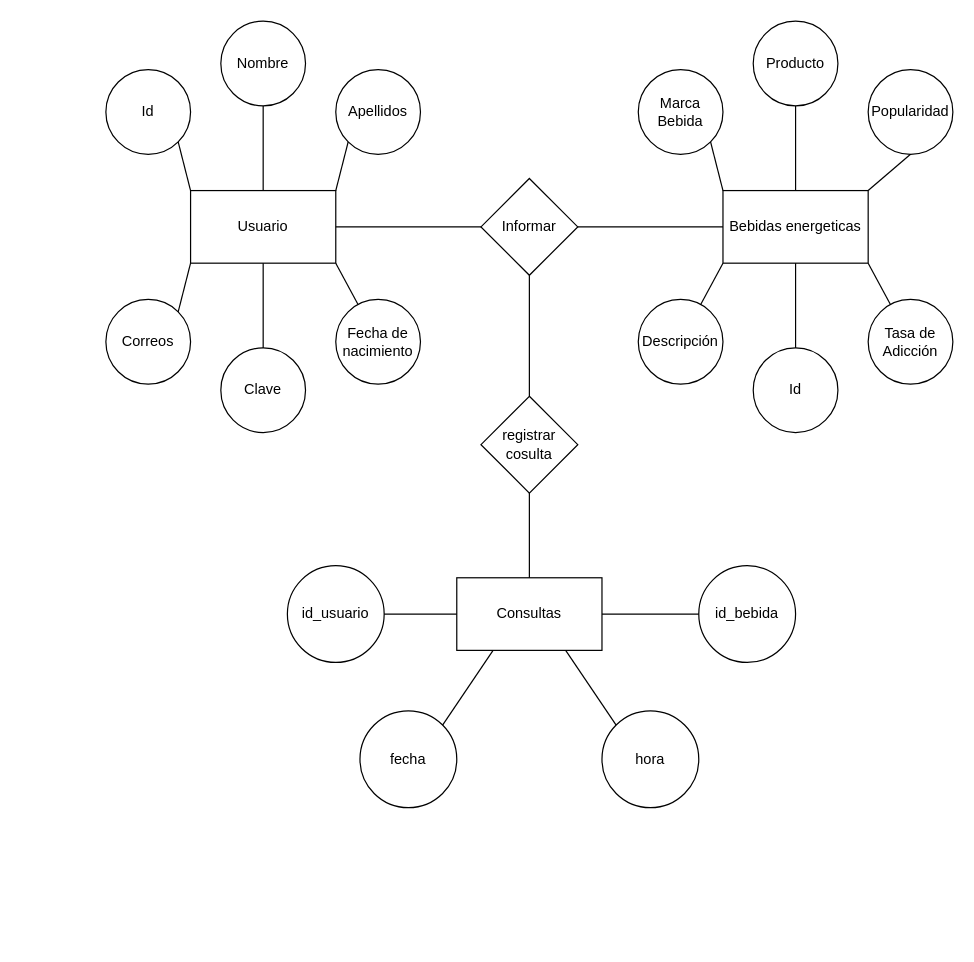
The draw.io diagram DiagramaDeUsuarioPD.drawio in JohnFlorez25/equipo1_jayg_ppi2020, before the edit. Source tidied: cells renumbered, new cells numbered last; positions are measured from the earlier drawing's top-left corner, leaving out a move shared by most shapes. Both pictures are drawn from the tidied source at 121%, with x=0, y=0 at pixel (105, 21).
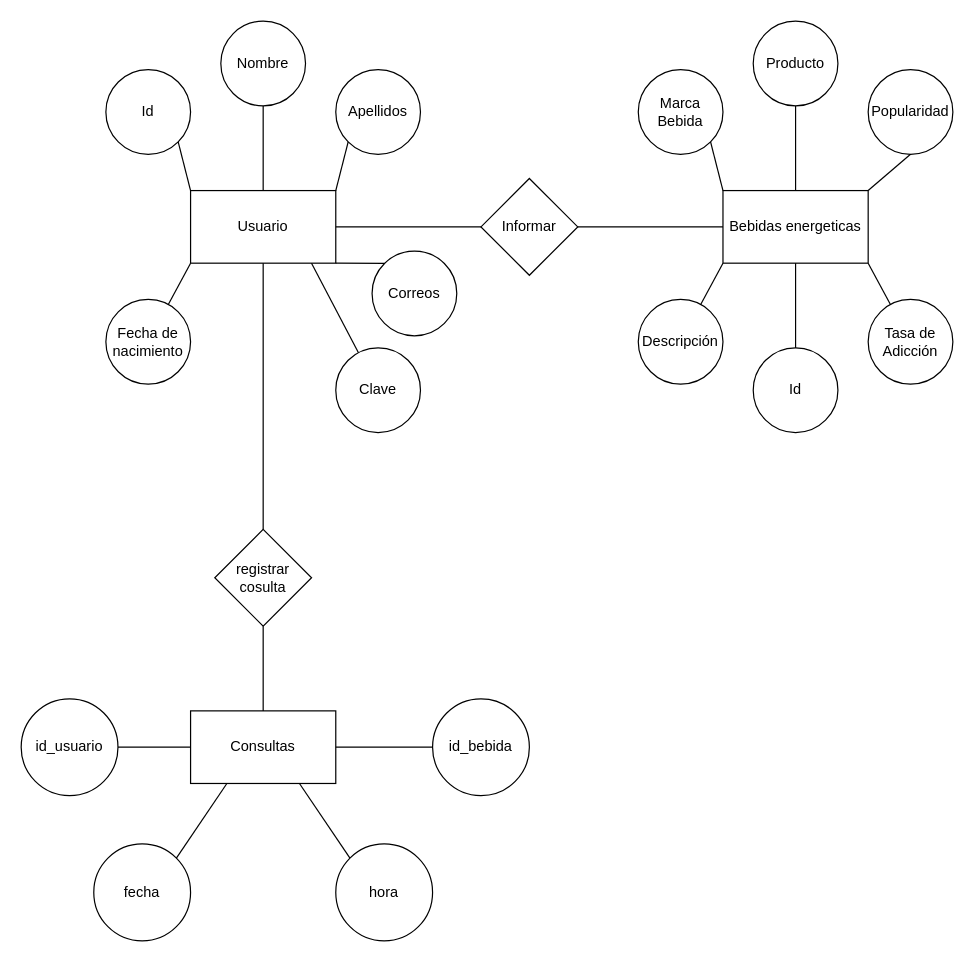
After the change.

Unchanged cells that the change refers to:
```xml
<mxCell id="2" value="Usuario" style="rounded=0;whiteSpace=wrap;html=1;" parent="1" vertex="1">
  <mxGeometry x="70" y="140" width="120" height="60" as="geometry" />
</mxCell>
<mxCell id="15" value="Informar" style="rhombus;whiteSpace=wrap;html=1;" parent="1" vertex="1">
  <mxGeometry x="310" y="130" width="80" height="80" as="geometry" />
</mxCell>
```

Diff of the diagram source:
```diff
@@
     <mxCell id="6" value="Correos" style="ellipse;whiteSpace=wrap;html=1;" parent="1" vertex="1">
-      <mxGeometry y="230" width="70" height="70" as="geometry" />
+      <mxGeometry x="220" y="190" width="70" height="70" as="geometry" />
     </mxCell>
-    <mxCell id="7" value="Clave" style="ellipse;whiteSpace=wrap;html=1;" parent="1" vertex="1">
-      <mxGeometry x="95" y="270" width="70" height="70" as="geometry" />
+    <mxCell id="7" value="Clave" style="ellipse;whiteSpace=wrap;html=1;direction=south;" parent="1" vertex="1">
+      <mxGeometry x="190" y="270" width="70" height="70" as="geometry" />
     </mxCell>
-    <mxCell id="8" value="Fecha de nacimiento" style="ellipse;whiteSpace=wrap;html=1;" parent="1" vertex="1">
-      <mxGeometry x="190" y="230" width="70" height="70" as="geometry" />
-    </mxCell>
-    <mxCell id="9" style="endArrow=none;html=1;exitX=1;exitY=0;exitDx=0;exitDy=0;entryX=0;entryY=1;entryDx=0;entryDy=0;" parent="1" edge="1" source="6" target="2">
+    <mxCell id="9" style="endArrow=none;html=1;entryX=0;entryY=1;entryDx=0;entryDy=0;" parent="1" edge="1" source="8" target="2">
       <mxGeometry relative="1" as="geometry" />
     </mxCell>
@@
-    <mxCell id="12" style="endArrow=none;html=1;entryX=0.5;entryY=1;entryDx=0;entryDy=0;exitX=0.5;exitY=0;exitDx=0;exitDy=0;" parent="1" edge="1" source="7" target="2">
+    <mxCell id="12" style="endArrow=none;html=1;entryX=0.833;entryY=1;entryDx=0;entryDy=0;entryPerimeter=0;" parent="1" edge="1" source="7" target="2">
       <mxGeometry relative="1" as="geometry" />
     </mxCell>
-    <mxCell id="13" style="endArrow=none;html=1;entryX=1;entryY=1;entryDx=0;entryDy=0;" parent="1" edge="1" source="8" target="2">
+    <mxCell id="13" style="endArrow=none;html=1;entryX=1;entryY=1;entryDx=0;entryDy=0;exitX=0;exitY=0;exitDx=0;exitDy=0;" parent="1" edge="1" source="6" target="2">
       <mxGeometry relative="1" as="geometry" />
     </mxCell>
@@
     <mxCell id="30" value="registrar cosulta" style="rhombus;whiteSpace=wrap;html=1;" parent="1" vertex="1">
-      <mxGeometry x="310" y="310" width="80" height="80" as="geometry" />
+      <mxGeometry x="90" y="420" width="80" height="80" as="geometry" />
     </mxCell>
     <mxCell id="31" value="Consultas" style="rounded=0;whiteSpace=wrap;html=1;" parent="1" vertex="1">
-      <mxGeometry x="290" y="460" width="120" height="60" as="geometry" />
+      <mxGeometry x="70" y="570" width="120" height="60" as="geometry" />
     </mxCell>
     <mxCell id="32" value="id_usuario" style="ellipse;whiteSpace=wrap;html=1;" parent="1" vertex="1">
-      <mxGeometry x="150" y="450" width="80" height="80" as="geometry" />
+      <mxGeometry x="-70" y="560" width="80" height="80" as="geometry" />
     </mxCell>
     <mxCell id="33" value="id_bebida" style="ellipse;whiteSpace=wrap;html=1;" parent="1" vertex="1">
-      <mxGeometry x="490" y="450" width="80" height="80" as="geometry" />
+      <mxGeometry x="270" y="560" width="80" height="80" as="geometry" />
     </mxCell>
     <mxCell id="34" value="fecha" style="ellipse;whiteSpace=wrap;html=1;" parent="1" vertex="1">
-      <mxGeometry x="210" y="570" width="80" height="80" as="geometry" />
+      <mxGeometry x="-10" y="680" width="80" height="80" as="geometry" />
     </mxCell>
     <mxCell id="35" value="hora" style="ellipse;whiteSpace=wrap;html=1;" parent="1" vertex="1">
-      <mxGeometry x="410" y="570" width="80" height="80" as="geometry" />
+      <mxGeometry x="190" y="680" width="80" height="80" as="geometry" />
     </mxCell>
@@
-    <mxCell id="42" style="endArrow=none;html=1;entryX=0.5;entryY=1;entryDx=0;entryDy=0;exitX=0.5;exitY=0;exitDx=0;exitDy=0;" parent="1" edge="1" source="30" target="15">
-      <mxGeometry relative="1" as="geometry" />
+    <mxCell id="42" style="endArrow=none;html=1;exitX=0.5;exitY=0;exitDx=0;exitDy=0;" parent="1" edge="1" source="30">
+      <mxGeometry relative="1" as="geometry">
+        <mxPoint x="130" y="200" as="targetPoint" />
+      </mxGeometry>
     </mxCell>
+    <mxCell id="8" value="Fecha de nacimiento" style="ellipse;whiteSpace=wrap;html=1;" parent="1" vertex="1">
+      <mxGeometry y="230" width="70" height="70" as="geometry" />
+    </mxCell>
```
